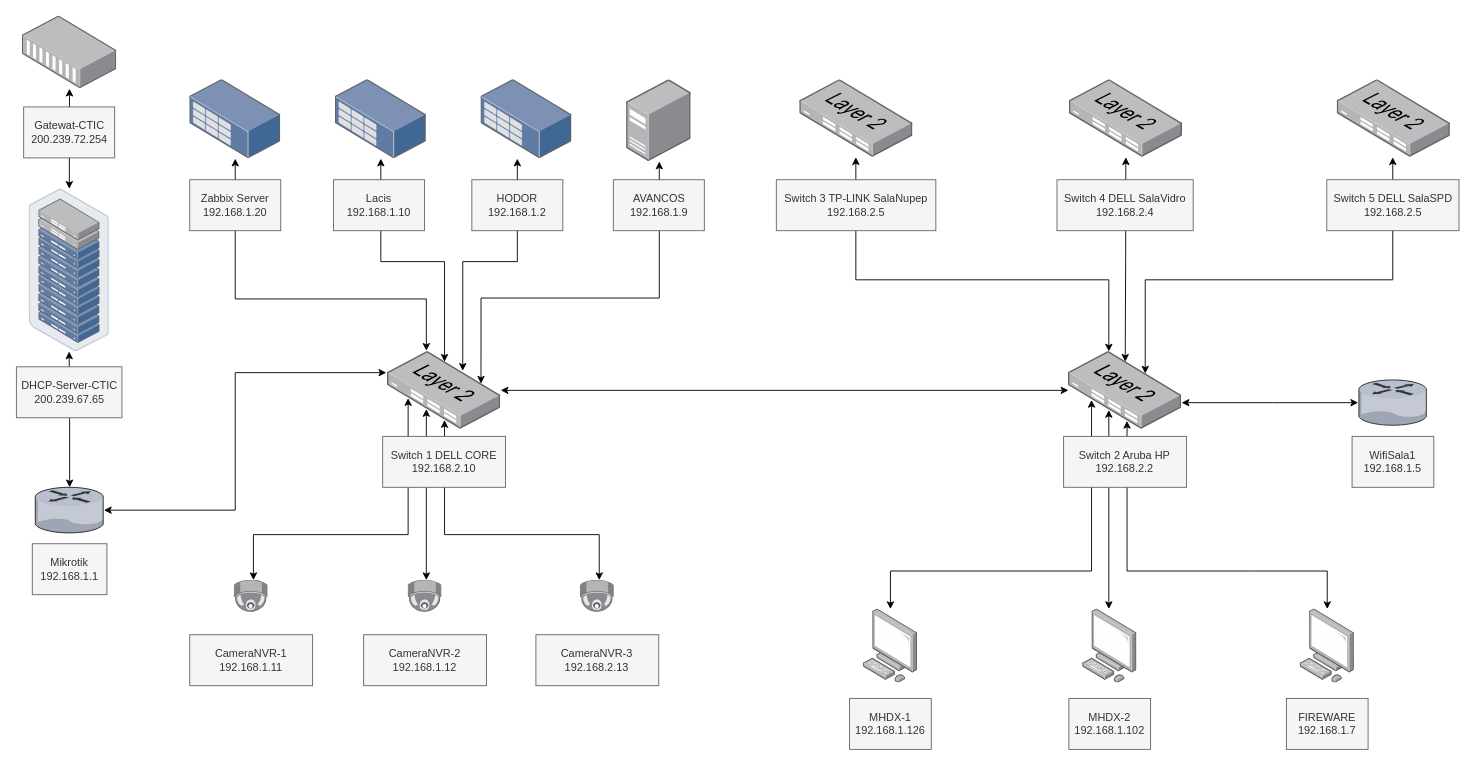
The draw.io diagram lacis.drawio in SamuelMaciejewsky/flowchart, before the edit. Source tidied: cells renumbered, new cells numbered last; positions are measured from the earlier drawing's top-left corner, leaving out a move shared by most shapes. Both pictures are drawn from the tidied source at 91%, with x=0, y=0 at pixel (16, 15).
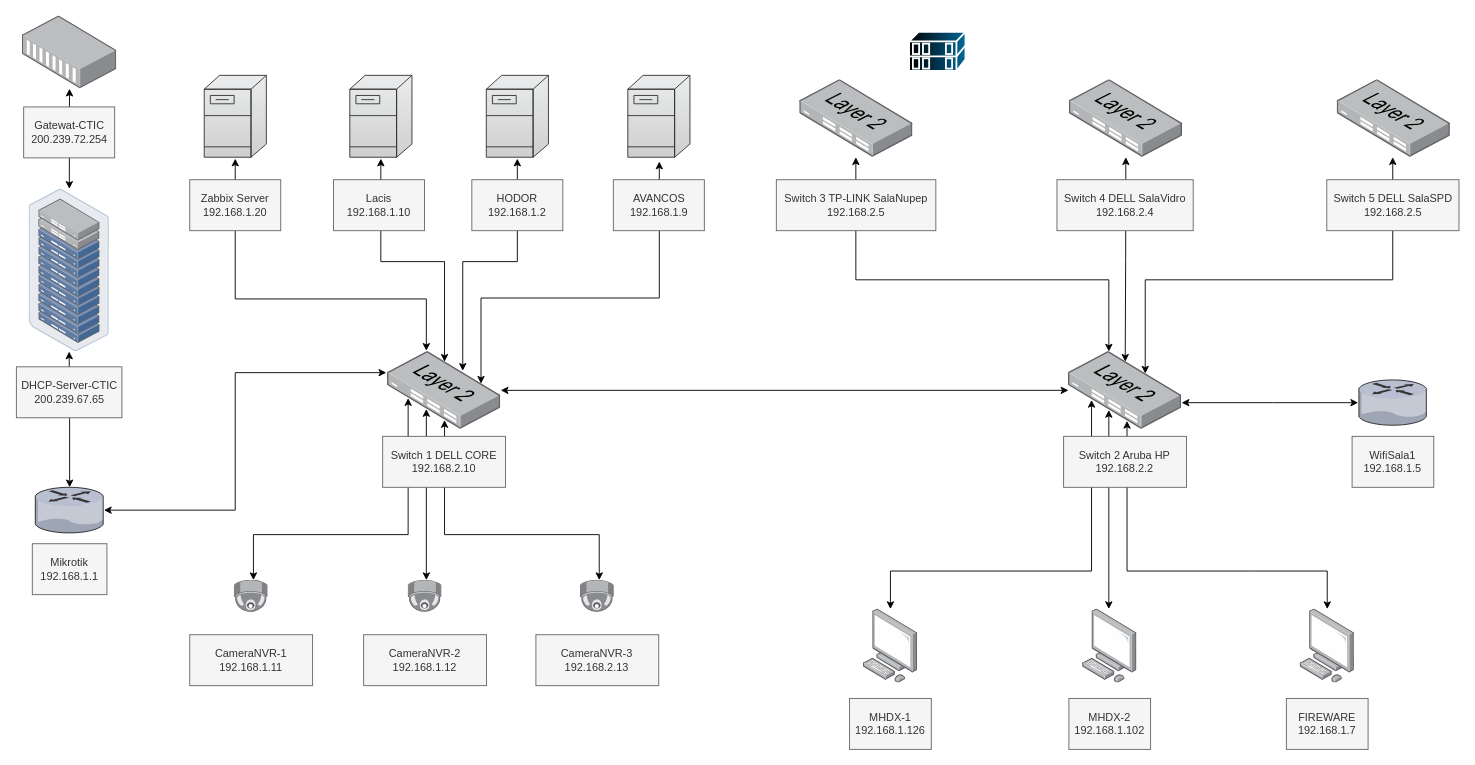
The same diagram, later.

Unchanged cells that the change refers to:
```xml
<mxCell id="23" style="image;points=[];html=1;align=center;shadow=0;dashed=0;image=img/lib/allied_telesis/switch/Switch_24_port_L2.svg;rotation=0;" parent="1" vertex="1">
  <mxGeometry x="407.3" y="368.8" width="124.4" height="85.3" as="geometry" />
</mxCell>
```

What changed in the source:
```diff
@@
-    <mxCell id="7" style="edgeStyle=orthogonalEdgeStyle;rounded=0;jettySize=auto;html=1;startArrow=classic;startFill=1;" parent="1" edge="1" target="13">
+    <mxCell id="7" style="edgeStyle=orthogonalEdgeStyle;rounded=0;orthogonalLoop=1;jettySize=auto;html=1;startArrow=classic;startFill=1;" parent="1" edge="1">
       <mxGeometry relative="1" as="geometry">
         <mxPoint x="450" y="368" as="sourcePoint" />
+        <mxPoint x="240" y="156.8" as="targetPoint" />
         <Array as="points">
           <mxPoint x="450" y="311" />
           <mxPoint x="240" y="311" />
         </Array>
       </mxGeometry>
     </mxCell>
-    <mxCell id="8" style="edgeStyle=orthogonalEdgeStyle;rounded=0;jettySize=auto;html=1;startArrow=classic;startFill=1;endSize=6;startSize=6;sourcePerimeterSpacing=0;" parent="1" edge="1" target="16">
+    <mxCell id="8" style="edgeStyle=orthogonalEdgeStyle;rounded=0;orthogonalLoop=1;jettySize=auto;html=1;startArrow=classic;startFill=1;endSize=6;startSize=6;sourcePerimeterSpacing=0;" parent="1" edge="1">
       <mxGeometry relative="1" as="geometry">
         <mxPoint x="470" y="380" as="sourcePoint" />
+        <mxPoint x="400" y="156.8" as="targetPoint" />
         <Array as="points">
           <mxPoint x="470" y="270" />
           <mxPoint x="400" y="270" />
         </Array>
       </mxGeometry>
     </mxCell>
-    <mxCell id="9" style="edgeStyle=orthogonalEdgeStyle;rounded=0;jettySize=auto;html=1;startArrow=classic;startFill=1;" parent="1" edge="1" target="17">
+    <mxCell id="9" style="edgeStyle=orthogonalEdgeStyle;rounded=0;orthogonalLoop=1;jettySize=auto;html=1;startArrow=classic;startFill=1;" parent="1" edge="1">
       <mxGeometry relative="1" as="geometry">
         <mxPoint x="490" y="390" as="sourcePoint" />
+        <mxPoint x="550" y="156.8" as="targetPoint" />
         <Array as="points">
           <mxPoint x="490" y="270" />
           <mxPoint x="550" y="270" />
         </Array>
       </mxGeometry>
     </mxCell>
-    <mxCell id="10" style="edgeStyle=orthogonalEdgeStyle;rounded=0;jettySize=auto;html=1;startArrow=classic;startFill=1;exitX=0.826;exitY=0.414;exitDx=0;exitDy=0;exitPerimeter=0;" parent="1" edge="1" source="23" target="18">
+    <mxCell id="10" style="edgeStyle=orthogonalEdgeStyle;rounded=0;jettySize=auto;html=1;startArrow=classic;startFill=1;exitX=0.826;exitY=0.414;exitDx=0;exitDy=0;exitPerimeter=0;" parent="1" edge="1" source="23">
       <mxGeometry relative="1" as="geometry">
+        <mxPoint x="706" y="160" as="targetPoint" />
         <Array as="points">
           <mxPoint x="510" y="310" />
           <mxPoint x="706" y="310" />
         </Array>
       </mxGeometry>
     </mxCell>
@@
-    <mxCell id="13" style="image;points=[];html=1;align=center;shadow=0;dashed=0;image=img/lib/allied_telesis/storage/Datacenter_Server_Rack_Storage_Unit_Small.svg;" parent="1" vertex="1">
-      <mxGeometry x="190" y="70" width="100" height="86.8" as="geometry" />
-    </mxCell>
@@
-    <mxCell id="16" style="image;points=[];html=1;align=center;shadow=0;dashed=0;image=img/lib/allied_telesis/storage/Datacenter_Server_Rack_Storage_Unit_Small.svg;" parent="1" vertex="1">
-      <mxGeometry x="350" y="70" width="100" height="86.8" as="geometry" />
-    </mxCell>
-    <mxCell id="17" style="image;points=[];html=1;align=center;shadow=0;dashed=0;image=img/lib/allied_telesis/storage/Datacenter_Server_Rack_Storage_Unit_Small.svg;" parent="1" vertex="1">
-      <mxGeometry x="510" y="70" width="100" height="86.8" as="geometry" />
-    </mxCell>
-    <mxCell id="18" style="image;points=[];html=1;align=center;shadow=0;dashed=0;image=img/lib/allied_telesis/computer_and_terminals/Server_Desktop.svg;imageBackground=none;" parent="1" vertex="1">
-      <mxGeometry x="670" y="70" width="71" height="90" as="geometry" />
-    </mxCell>
@@
-    <mxCell id="24" style="verticalLabelPosition=bottom;sketch=0;html=1;verticalAlign=top;strokeColor=none;align=center;outlineConnect=0;shape=mxgraph.citrix.router;fillColor=none;fontColor=#ffffff;fillStyle=auto;gradientColor=none;" parent="1" vertex="1">
+    <mxCell id="24" style="verticalLabelPosition=bottom;sketch=0;html=1;verticalAlign=top;strokeColor=#F494FF;align=center;outlineConnect=0;shape=mxgraph.citrix.router;fillColor=#dae8fc;fillStyle=auto;" parent="1" vertex="1">
       <mxGeometry x="20.2" y="518" width="75.5" height="50.1" as="geometry" />
     </mxCell>
@@
+    <mxCell id="58" style="shape=mxgraph.cisco.servers.fileserver;html=1;strokeWidth=1;verticalLabelPosition=bottom;verticalAlign=top;align=center;fillColor=#EAECED;strokeColor=#333333;fillStyle=auto;gradientColor=#CFCFCF;perimeterSpacing=1;shadow=0;gradientDirection=south;" parent="1" vertex="1">
+      <mxGeometry x="515.9" y="65.3" width="68.3" height="90" as="geometry" />
+    </mxCell>
+    <mxCell id="59" style="shape=mxgraph.cisco.servers.fileserver;sketch=0;html=1;dashed=0;fillColor=#EAECED;strokeColor=#333333;strokeWidth=1;verticalLabelPosition=bottom;verticalAlign=top;align=center;gradientColor=#CFCFCF;" parent="1" vertex="1">
+      <mxGeometry x="205.9" y="65.3" width="68.3" height="90" as="geometry" />
+    </mxCell>
+    <mxCell id="60" style="shape=mxgraph.cisco.servers.fileserver;sketch=0;html=1;dashed=0;fillColor=#EAECED;strokeColor=#333333;strokeWidth=1;verticalLabelPosition=bottom;verticalAlign=top;align=center;gradientColor=#CFCFCF;" parent="1" vertex="1">
+      <mxGeometry x="365.9" y="65.3" width="68.3" height="90" as="geometry" />
+    </mxCell>
+    <mxCell id="61" style="shape=mxgraph.cisco.servers.fileserver;html=1;strokeWidth=1;verticalLabelPosition=bottom;verticalAlign=top;align=center;fillColor=#EAECED;strokeColor=#333333;fillStyle=auto;gradientColor=#CFCFCF;perimeterSpacing=1;shadow=0;gradientDirection=south;" parent="1" vertex="1">
+      <mxGeometry x="671.4" y="65.3" width="68.3" height="90" as="geometry" />
+    </mxCell>
+    <mxCell id="62" style="shape=mxgraph.cisco.servers.standard_host;sketch=0;html=1;dashed=0;fillColor=#036897;strokeColor=#ffffff;strokeWidth=2;verticalLabelPosition=bottom;verticalAlign=top;align=center;rotation=-90;gradientColor=default;flipH=0;flipV=1;" parent="1" vertex="1">
+      <mxGeometry x="990" y="8" width="43" height="62" as="geometry" />
+    </mxCell>
```
